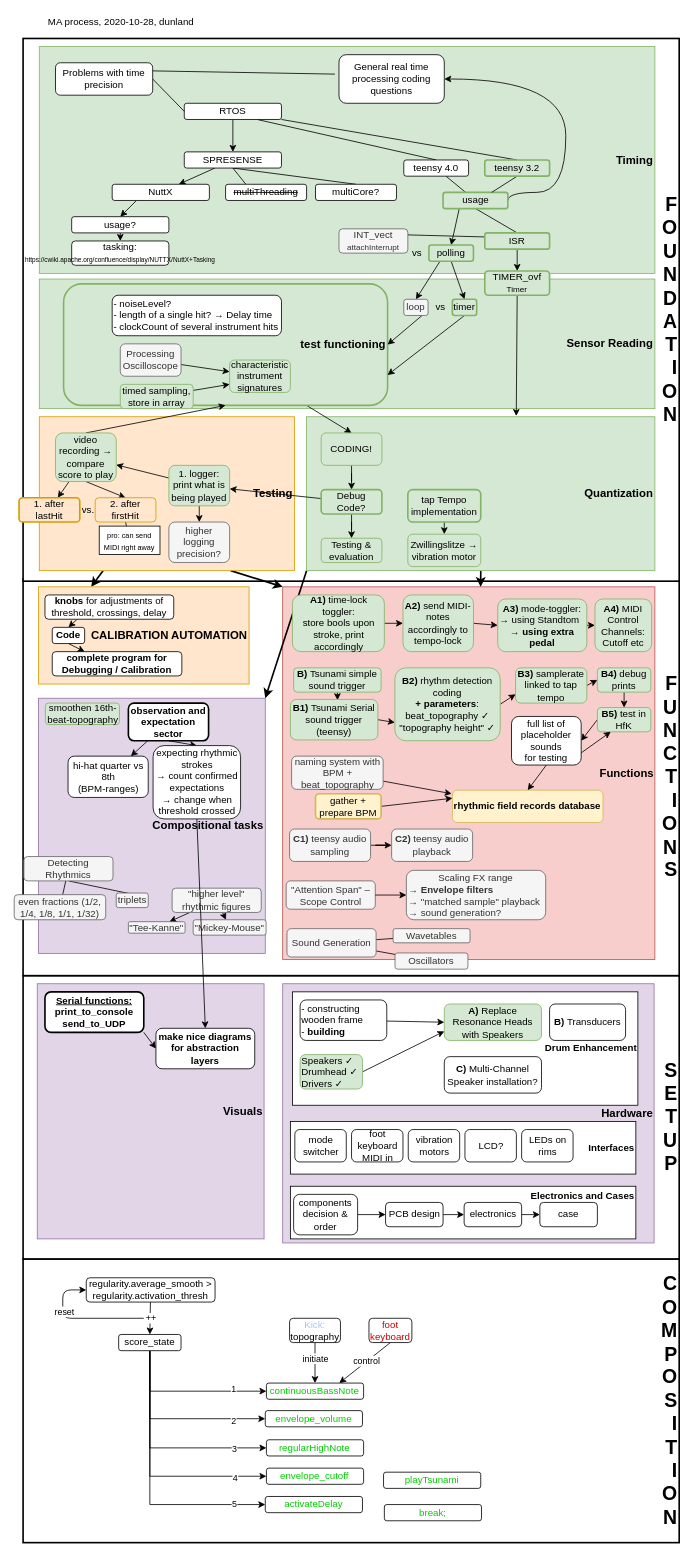
This is page "current" (1 of 7) of Doc/MA_progress.drawio from dunland/muscle, a draw.io file, before an edit. Source tidied: cells renumbered, new cells numbered last; positions are measured from the earlier drawing's top-left corner, leaving out a move shared by most shapes. Both pictures are drawn from the tidied source at 81%, with x=0, y=0 at pixel (14, 14).
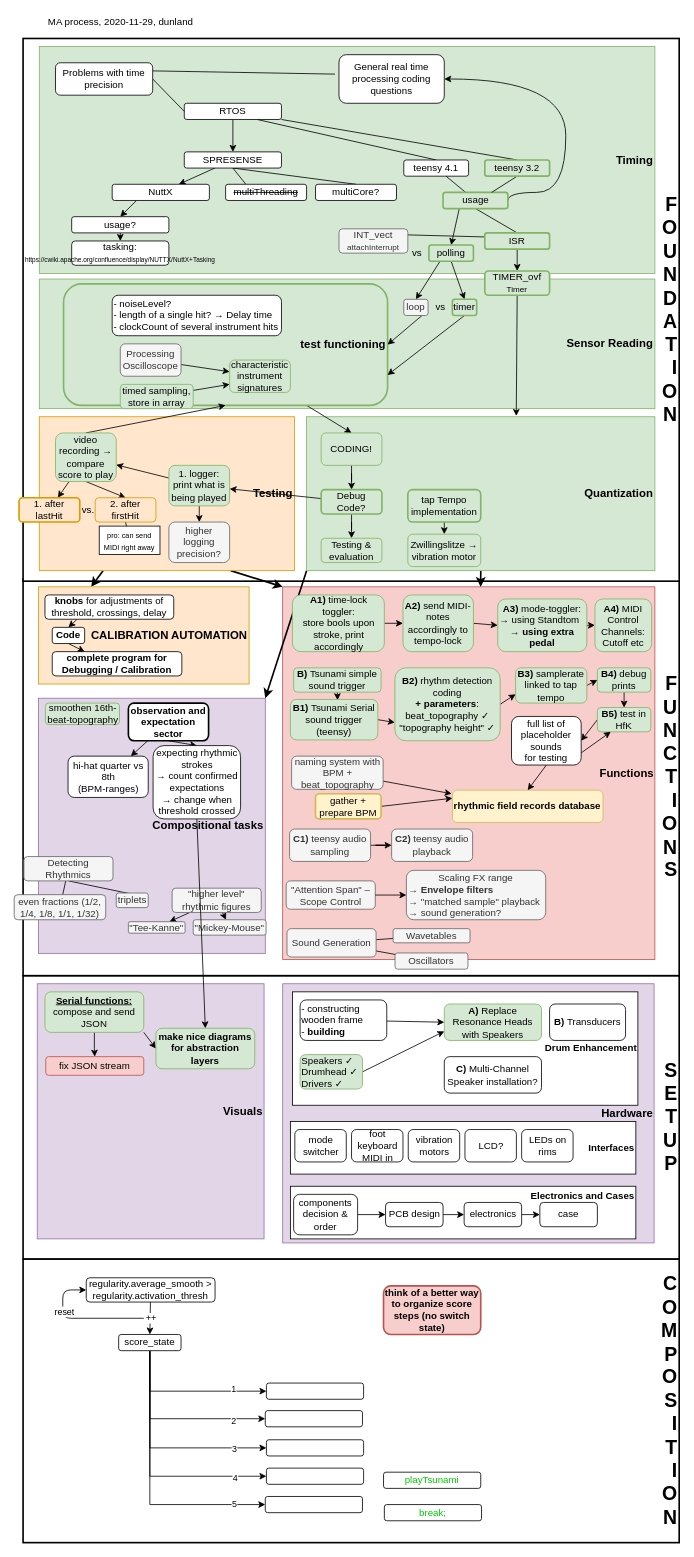
After the change.

Change to the diagram source:
```diff
@@
-    <mxCell id="24" value="teensy 4.0" style="rounded=1;whiteSpace=wrap;html=1;" parent="1" vertex="1">
+    <mxCell id="24" value="teensy 4.1" style="rounded=1;whiteSpace=wrap;html=1;" parent="1" vertex="1">
       <mxGeometry x="481" y="180" width="80" height="20" as="geometry" />
     </mxCell>
@@
-    <mxCell id="55" value="&lt;div align=&quot;left&quot;&gt;MA process, 2020-10-28&lt;span&gt;, dunland&lt;/span&gt;&lt;/div&gt;" style="text;html=1;strokeColor=none;fillColor=none;align=left;verticalAlign=middle;whiteSpace=wrap;rounded=0;" parent="1" vertex="1">
+    <mxCell id="55" value="&lt;div align=&quot;left&quot;&gt;MA process, 2020-11-29&lt;span&gt;, dunland&lt;/span&gt;&lt;/div&gt;" style="text;html=1;strokeColor=none;fillColor=none;align=left;verticalAlign=middle;whiteSpace=wrap;rounded=0;" parent="1" vertex="1">
       <mxGeometry x="40" width="350" height="20" as="geometry" />
     </mxCell>
@@
+    <mxCell id="207" style="edgeStyle=orthogonalEdgeStyle;rounded=0;jettySize=auto;html=1;entryX=0.5;entryY=0;entryDx=0;entryDy=0;" parent="1" edge="1" source="126" target="209">
+      <mxGeometry relative="1" as="geometry" />
+    </mxCell>
-    <mxCell id="126" value="&lt;b&gt;&lt;u&gt;Serial functions:&lt;br&gt;&lt;/u&gt;print_to_console&lt;/b&gt;&lt;br&gt;&lt;b&gt;send_to_UDP&lt;/b&gt;" style="rounded=1;whiteSpace=wrap;html=1;strokeWidth=2;" parent="1" vertex="1">
+    <mxCell id="126" value="&lt;b&gt;&lt;u&gt;Serial functions:&lt;br&gt;&lt;/u&gt;&lt;/b&gt;compose and send JSON" style="rounded=1;whiteSpace=wrap;html=1;strokeWidth=1;fillColor=#d5e8d4;strokeColor=#82b366;" parent="1" vertex="1">
       <mxGeometry x="38" y="1207" width="122" height="50" as="geometry" />
     </mxCell>
@@
-    <mxCell id="177" value="&lt;b&gt;make nice diagrams&lt;br&gt;for abstraction layers&lt;br&gt;&lt;/b&gt;" style="rounded=1;whiteSpace=wrap;html=1;strokeWidth=1;" parent="1" vertex="1">
+    <mxCell id="177" value="&lt;b&gt;make nice diagrams&lt;br&gt;for abstraction layers&lt;br&gt;&lt;/b&gt;" style="rounded=1;whiteSpace=wrap;html=1;strokeWidth=1;fillColor=#d5e8d4;strokeColor=#82b366;" parent="1" vertex="1">
       <mxGeometry x="175" y="1252" width="122" height="50" as="geometry" />
     </mxCell>
-    <mxCell id="178" value="&lt;font color=&quot;#00cc00&quot;&gt;continuousBassNote&lt;/font&gt;" style="rounded=1;whiteSpace=wrap;html=1;" parent="1" vertex="1">
+    <mxCell id="178" style="rounded=1;whiteSpace=wrap;html=1;" parent="1" vertex="1">
       <mxGeometry x="311.4" y="1690" width="120" height="20" as="geometry" />
     </mxCell>
-    <mxCell id="179" style="rounded=0;jettySize=auto;html=1;exitX=0.5;exitY=1;exitDx=0;exitDy=0;entryX=0.5;entryY=0;entryDx=0;entryDy=0;" parent="1" edge="1" source="181" target="178">
-      <mxGeometry relative="1" as="geometry" />
-    </mxCell>
-    <mxCell id="180" value="initiate" style="edgeLabel;html=1;align=center;verticalAlign=middle;" parent="179" vertex="1">
-      <mxGeometry x="0.01" y="-6" relative="1" as="geometry">
-        <mxPoint x="6" y="-6" as="offset" />
-      </mxGeometry>
-    </mxCell>
-    <mxCell id="181" value="&lt;font color=&quot;#a9c4eb&quot;&gt;Kick:&lt;/font&gt;&lt;br&gt;topography" style="rounded=1;whiteSpace=wrap;html=1;" parent="1" vertex="1">
-      <mxGeometry x="340" y="1610" width="62.8" height="30" as="geometry" />
-    </mxCell>
-    <mxCell id="182" style="rounded=0;jettySize=auto;html=1;exitX=0.5;exitY=1;exitDx=0;exitDy=0;entryX=0.75;entryY=0;entryDx=0;entryDy=0;" parent="1" edge="1" source="184" target="178">
-      <mxGeometry relative="1" as="geometry" />
-    </mxCell>
-    <mxCell id="183" value="control" style="edgeLabel;html=1;align=center;verticalAlign=middle;" parent="182" vertex="1">
-      <mxGeometry x="-0.07" y="-1" relative="1" as="geometry" />
-    </mxCell>
-    <mxCell id="184" value="&lt;font color=&quot;#cc0000&quot;&gt;foot keyboard&lt;/font&gt;" style="rounded=1;whiteSpace=wrap;html=1;" parent="1" vertex="1">
-      <mxGeometry x="438" y="1610" width="53" height="30" as="geometry" />
-    </mxCell>
-    <mxCell id="185" value="&lt;font color=&quot;#00cc00&quot;&gt;envelope_volume&lt;/font&gt;" style="rounded=1;whiteSpace=wrap;html=1;" parent="1" vertex="1">
+    <mxCell id="185" style="rounded=1;whiteSpace=wrap;html=1;" parent="1" vertex="1">
       <mxGeometry x="310" y="1724" width="120" height="20" as="geometry" />
     </mxCell>
-    <mxCell id="186" value="&lt;font color=&quot;#00cc00&quot;&gt;regularHighNote&lt;/font&gt;" style="rounded=1;whiteSpace=wrap;html=1;" parent="1" vertex="1">
+    <mxCell id="186" style="rounded=1;whiteSpace=wrap;html=1;" parent="1" vertex="1">
       <mxGeometry x="311.4" y="1760" width="120" height="20" as="geometry" />
     </mxCell>
-    <mxCell id="187" value="&lt;font color=&quot;#00cc00&quot;&gt;envelope_cutoff&lt;/font&gt;" style="rounded=1;whiteSpace=wrap;html=1;" parent="1" vertex="1">
+    <mxCell id="187" style="rounded=1;whiteSpace=wrap;html=1;" parent="1" vertex="1">
       <mxGeometry x="311.4" y="1795" width="120" height="20" as="geometry" />
     </mxCell>
@@
-    <mxCell id="204" value="&lt;font color=&quot;#00cc00&quot;&gt;activateDelay&lt;/font&gt;" style="rounded=1;whiteSpace=wrap;html=1;" parent="1" vertex="1">
+    <mxCell id="204" style="rounded=1;whiteSpace=wrap;html=1;" parent="1" vertex="1">
       <mxGeometry x="310" y="1830" width="120" height="20" as="geometry" />
     </mxCell>
@@
+    <mxCell id="208" value="think of a better way to organize score steps (no switch state)" style="rounded=1;whiteSpace=wrap;html=1;fontStyle=1;strokeWidth=2;fillColor=#f8cecc;strokeColor=#b85450;" parent="1" vertex="1">
+      <mxGeometry x="456" y="1570" width="120" height="60" as="geometry" />
+    </mxCell>
+    <mxCell id="209" value="fix JSON stream" style="rounded=1;whiteSpace=wrap;html=1;strokeWidth=1;fillColor=#f8cecc;strokeColor=#b85450;" parent="1" vertex="1">
+      <mxGeometry x="39" y="1287" width="121" height="23" as="geometry" />
+    </mxCell>
```
